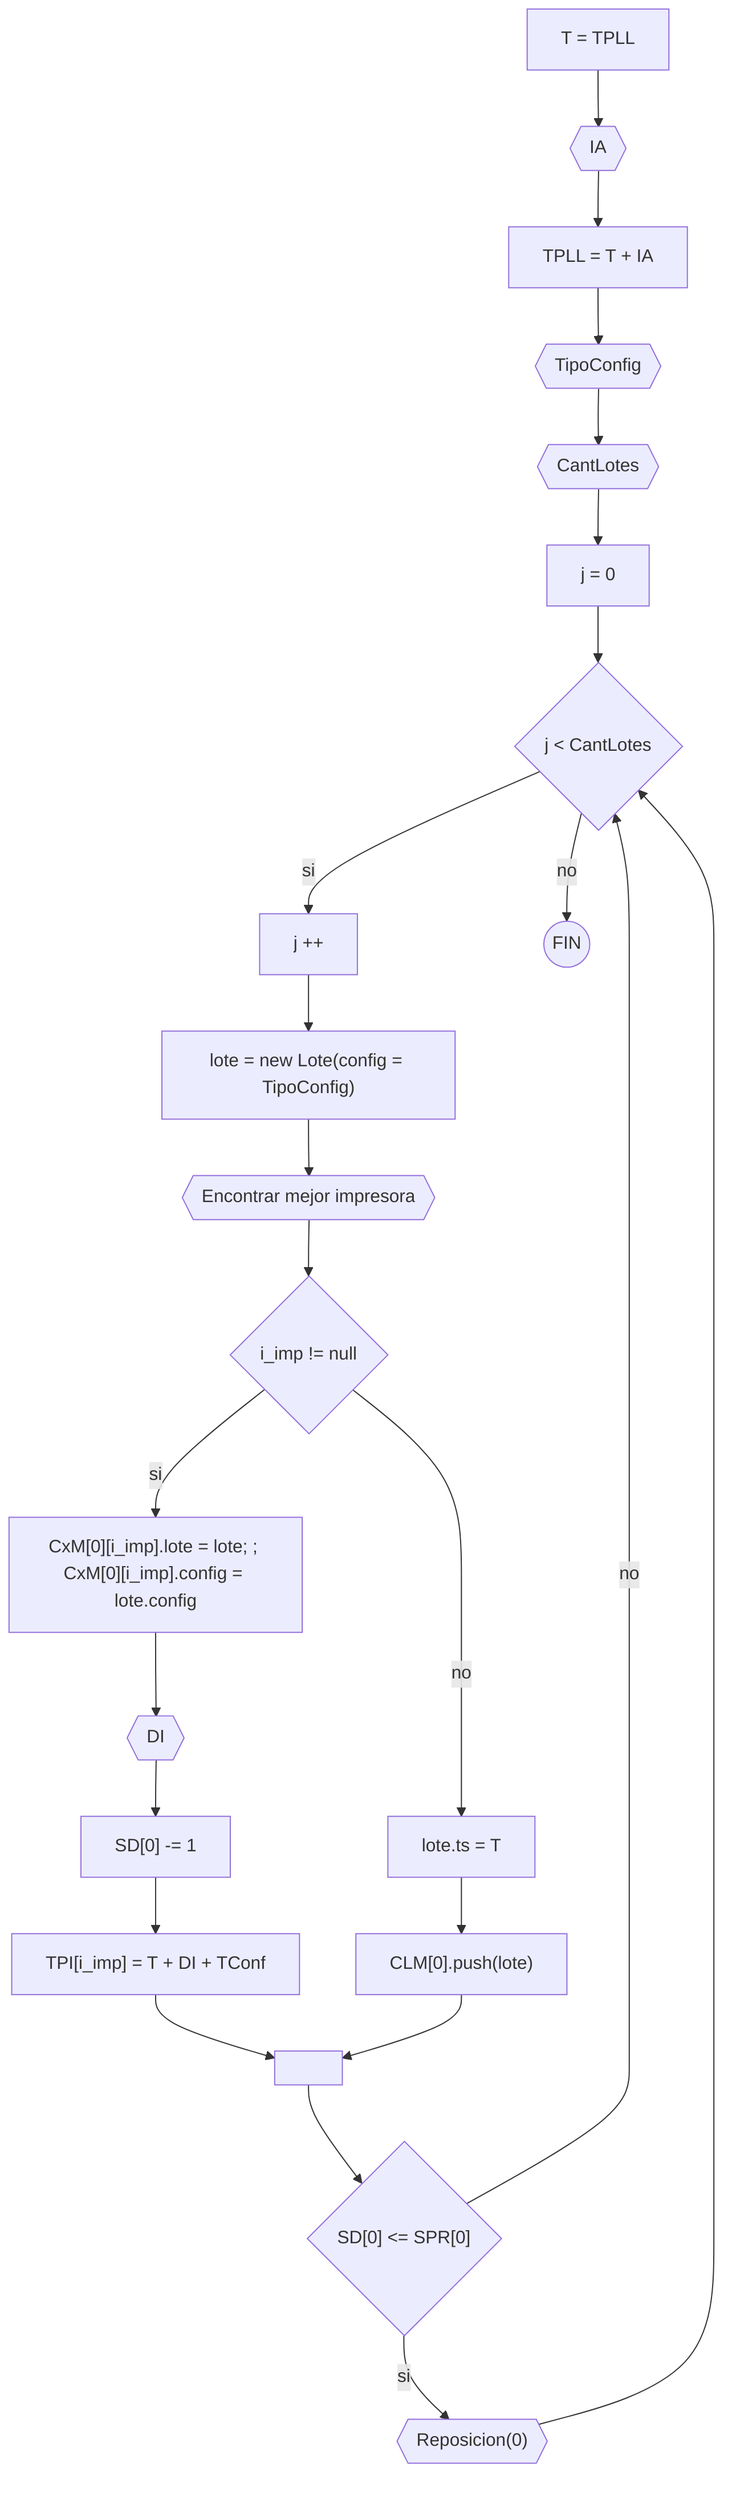
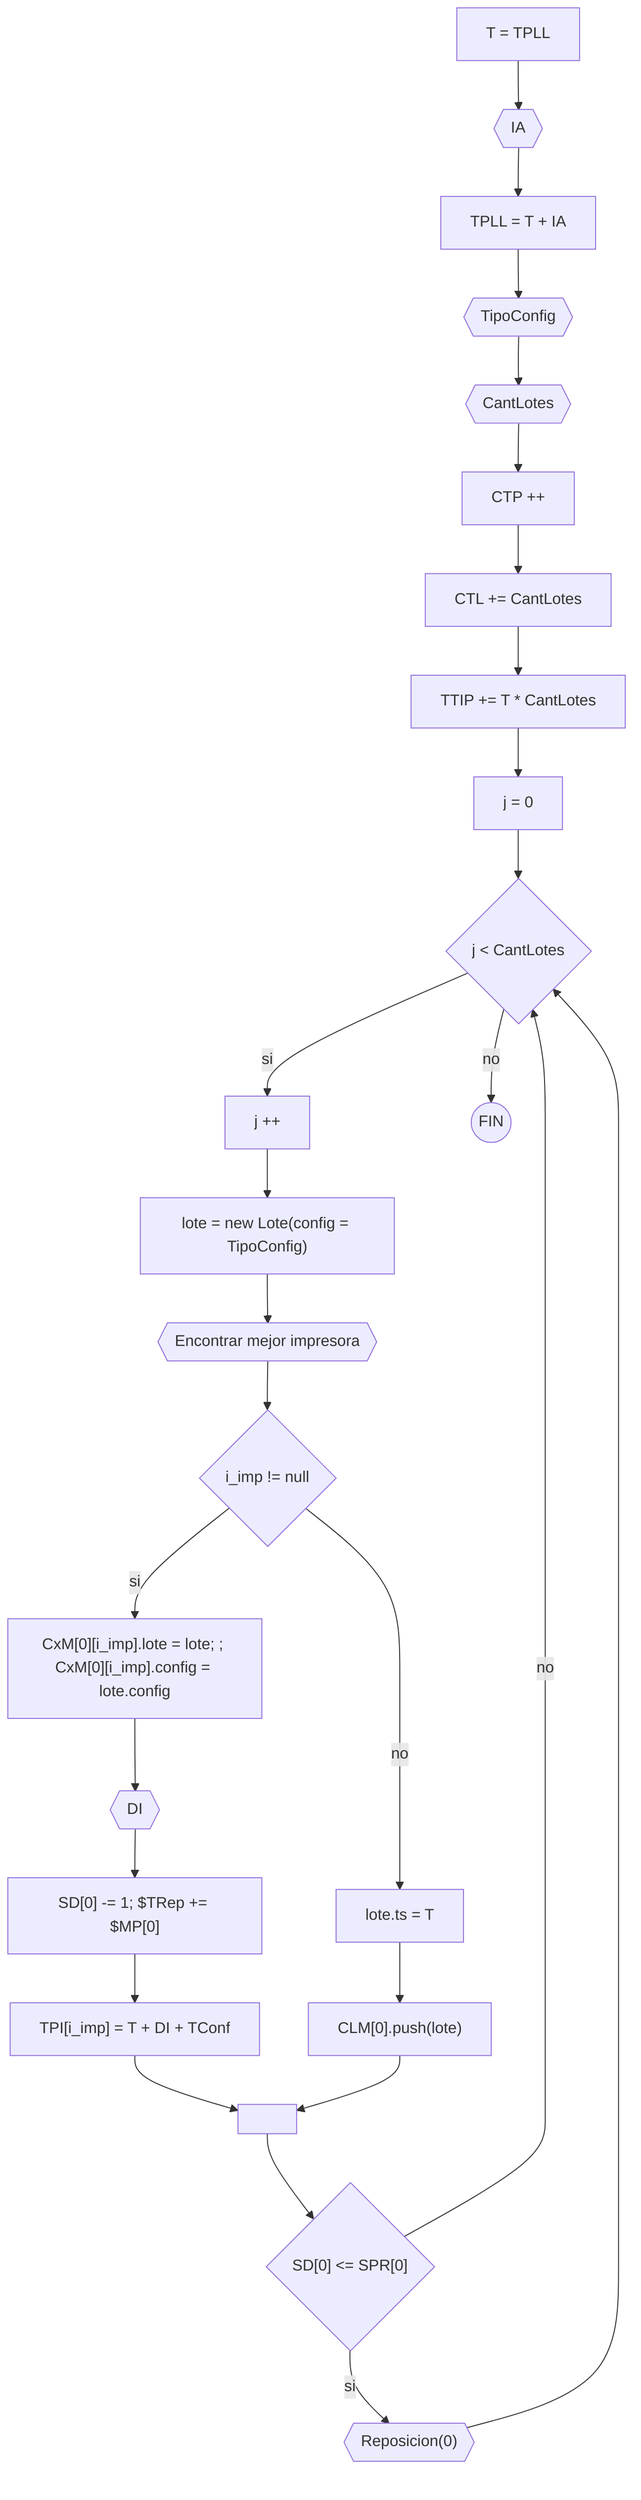
flowchart TD
    direction TD
    a[T = TPLL] --> b{{IA}} --> c[TPLL = T + IA] --> d0{{TipoConfig}} --> d{{CantLotes}}
-     d --> bb[j = 0]
+     d --> d1[CTP ++] --> d2[CTL += CantLotes] --> d3["TTIP += T * CantLotes"] --> bb[j = 0]
    bb --> iff{"j < CantLotes"}
    iff --> |si| cc[j ++] --> lote["lote = new Lote(config = TipoConfig)"] --> z1{{Encontrar mejor impresora}} --> f{"i_imp != null"}
    iff --> |no| fin((FIN))
-     f --> |si| z2["CxM[0][i_imp].lote = lote; ; CxM[0][i_imp].config = lote.config"] --> g{{DI}} --> s0["SD[0] -= 1"] --> i["TPI[i_imp] = T + DI + TConf"] --> j[" "]
+     f --> |si| z2["CxM[0][i_imp].lote = lote; ; CxM[0][i_imp].config = lote.config"] --> g{{DI}} --> s0["SD[0] -= 1; $TRep += $MP[0]"] --> i["TPI[i_imp] = T + DI + TConf"] --> j[" "]
    f --> |no| z9["lote.ts = T"] --> h["CLM[0].push(lote)"]

    h --> j --> if3
    if3{"SD[0] <= SPR[0]"} --> |si| r{{"Reposicion(0)"}} --> iff
    if3 --> |no| iff

